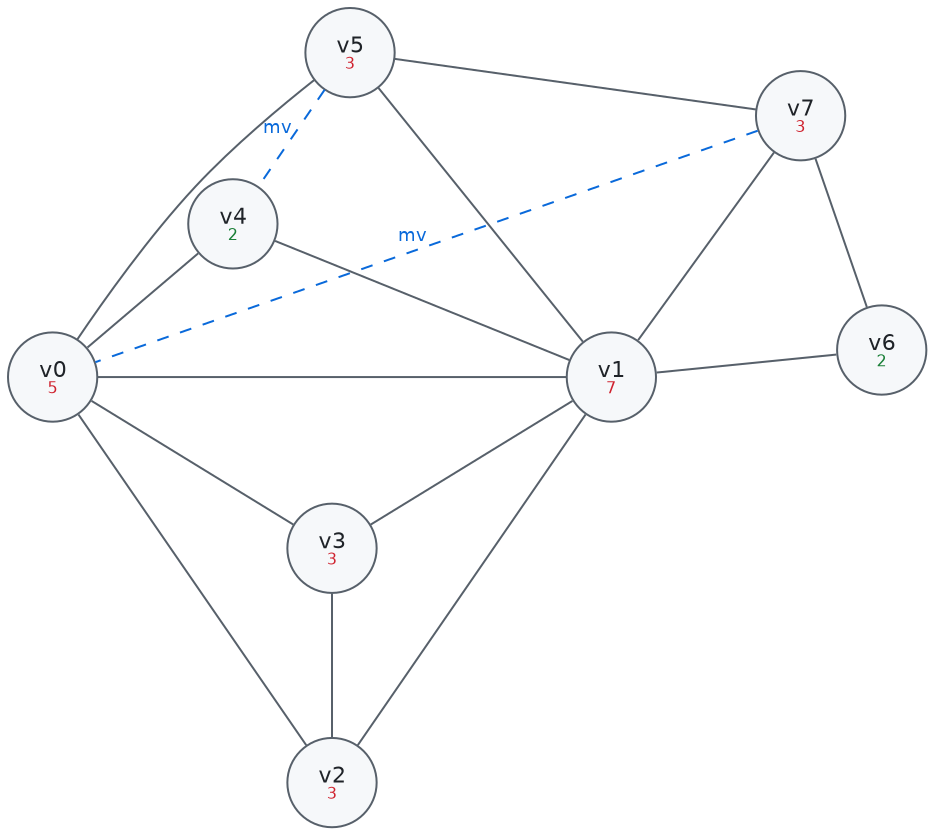
This is Sable/compiler/doc/figures/wt-1-build.png from aita/CompLab, a Graphviz export, as it was before one commit. Its source is kept beside it as Sable/compiler/doc/figures/wt-1-build.dot. Source of this version:
```dot
graph wt {
  layout = neato;
  overlap = false;
  splines = true;
  bgcolor = "transparent";
  node [shape = circle, style = filled, fillcolor = "#f6f8fa",
        color = "#57606a", fontcolor = "#1f2328",
        fontname = "Helvetica", fontsize = 11, width = 0.62, fixedsize = true];
  edge [color = "#57606a", dir = none, fontname = "Helvetica", fontsize = 9];
  v0 [label = <v0<BR/><FONT POINT-SIZE="8" COLOR="#cf222e">5</FONT>>, fillcolor = "#f6f8fa", color = "#57606a" pos = "-1.55,0.1!"];
  v1 [label = <v1<BR/><FONT POINT-SIZE="8" COLOR="#cf222e">7</FONT>>, fillcolor = "#f6f8fa", color = "#57606a" pos = "1.55,0.1!"];
  v2 [label = <v2<BR/><FONT POINT-SIZE="8" COLOR="#cf222e">3</FONT>>, fillcolor = "#f6f8fa", color = "#57606a" pos = "0,-2.15!"];
  v3 [label = <v3<BR/><FONT POINT-SIZE="8" COLOR="#cf222e">3</FONT>>, fillcolor = "#f6f8fa", color = "#57606a" pos = "0,-0.85!"];
  v4 [label = <v4<BR/><FONT POINT-SIZE="8" COLOR="#1a7f37">2</FONT>>, fillcolor = "#f6f8fa", color = "#57606a" pos = "-0.55,0.95!"];
  v5 [label = <v5<BR/><FONT POINT-SIZE="8" COLOR="#cf222e">3</FONT>>, fillcolor = "#f6f8fa", color = "#57606a" pos = "0.1,1.9!"];
  v7 [label = <v7<BR/><FONT POINT-SIZE="8" COLOR="#cf222e">3</FONT>>, fillcolor = "#f6f8fa", color = "#57606a" pos = "2.6,1.55!"];
  v6 [label = <v6<BR/><FONT POINT-SIZE="8" COLOR="#1a7f37">2</FONT>>, fillcolor = "#f6f8fa", color = "#57606a" pos = "3.05,0.25!"];
  v0 -- v1 [color = "#57606a"];
  v0 -- v2 [color = "#57606a"];
  v0 -- v3 [color = "#57606a"];
  v0 -- v4 [color = "#57606a"];
  v0 -- v5 [color = "#57606a"];
  v1 -- v2 [color = "#57606a"];
  v1 -- v3 [color = "#57606a"];
  v1 -- v4 [color = "#57606a"];
  v1 -- v5 [color = "#57606a"];
  v1 -- v6 [color = "#57606a"];
  v1 -- v7 [color = "#57606a"];
  v2 -- v3 [color = "#57606a"];
  v5 -- v7 [color = "#57606a"];
  v6 -- v7 [color = "#57606a"];
  v7 -- v0 [style = dashed, color = "#0969da", label = "mv", fontcolor = "#0969da"];
  v5 -- v4 [style = dashed, color = "#0969da", label = "mv", fontcolor = "#0969da"];
}
```
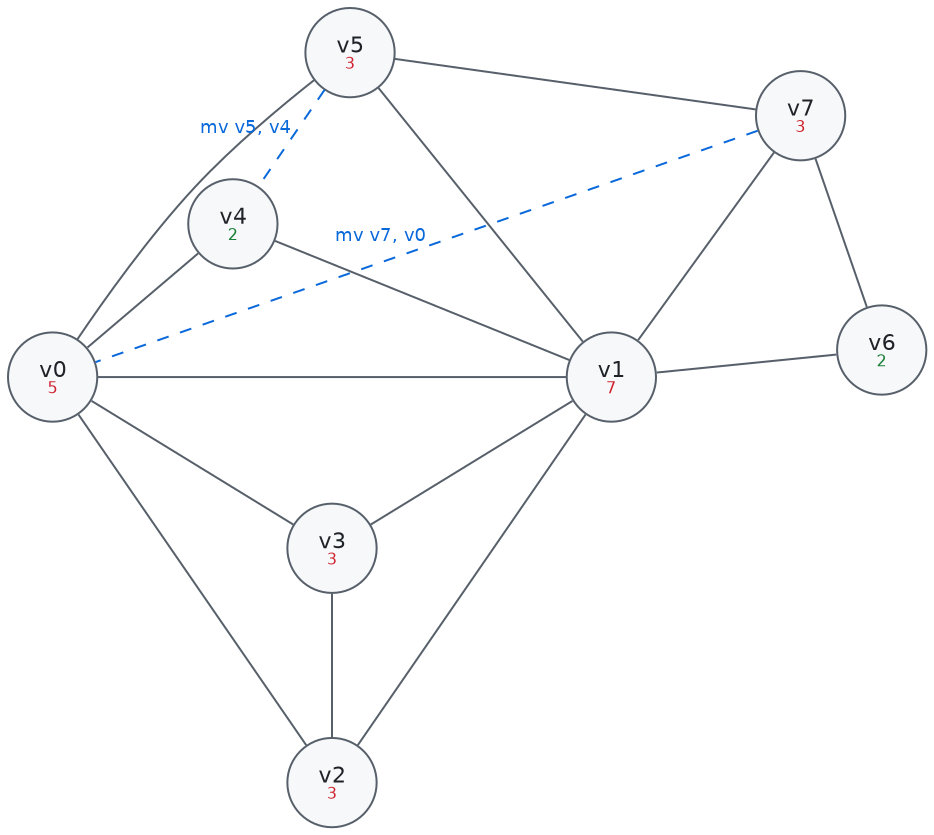
After the change.

Change to the diagram source:
```diff
@@ -29,6 +29,6 @@
   v2 -- v3 [color = "#57606a"];
   v5 -- v7 [color = "#57606a"];
   v6 -- v7 [color = "#57606a"];
-  v7 -- v0 [style = dashed, color = "#0969da", label = "mv", fontcolor = "#0969da"];
-  v5 -- v4 [style = dashed, color = "#0969da", label = "mv", fontcolor = "#0969da"];
+  v7 -- v0 [style = dashed, color = "#0969da", label = "mv v7, v0", fontcolor = "#0969da"];
+  v5 -- v4 [style = dashed, color = "#0969da", label = "mv v5, v4", fontcolor = "#0969da"];
 }
```
